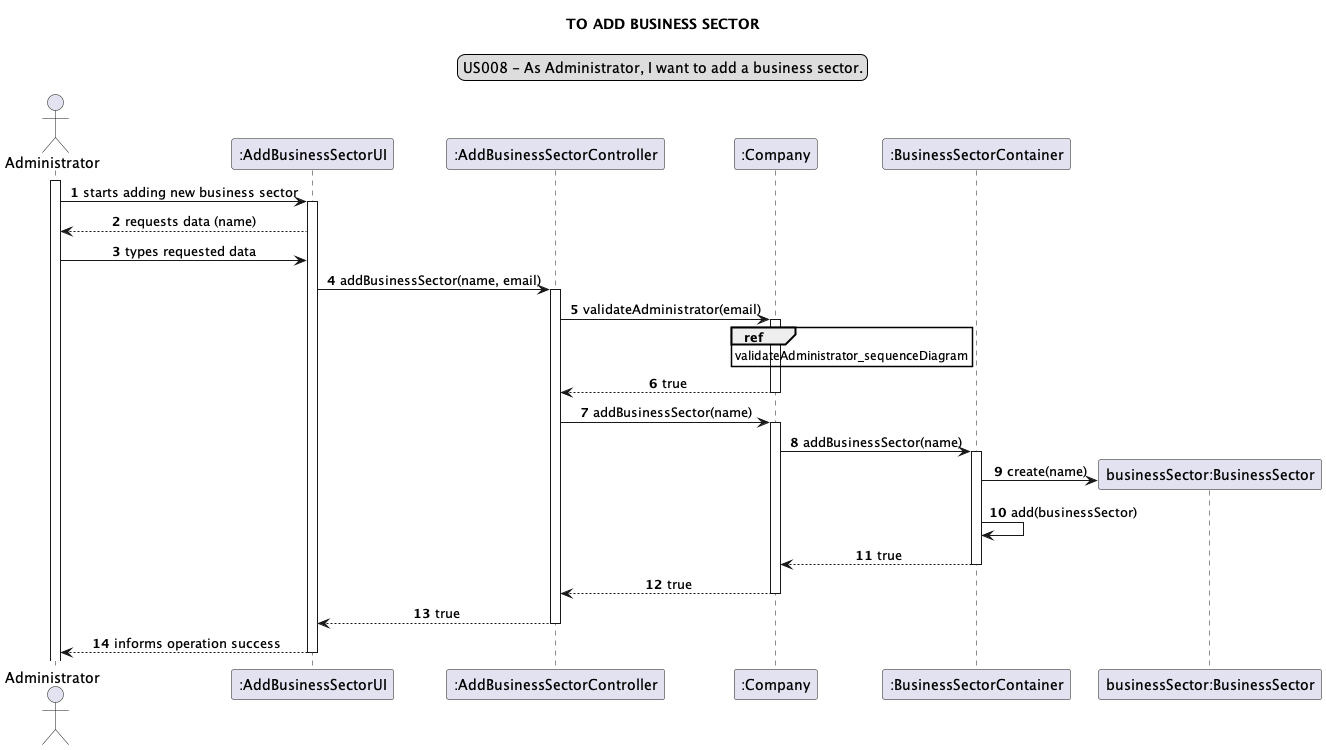
Loracline/project_switch_22-23 keeps this PlantUML diagram as docs/modelling_design/user_stories/sprint02/us008/US008_sequenceDiagram-TO_ADD_BUSINESS_SECTOR.png. Above is the earlier version. Source of this version:
```plantuml
@startuml

autonumber
skinparam sequenceMessageAlign center
title TO ADD BUSINESS SECTOR
legend top
US008 - As Administrator, I want to add a business sector.
end legend

actor Administrator as a
participant ":AddBusinessSectorUI" as absui
participant ":AddBusinessSectorController" as absc
participant ":Company" as c
participant ":BusinessSectorContainer" as bsc
participant "businessSector:BusinessSector" as bs

activate a
a -> absui: starts adding new business sector
activate absui
a <-- absui: requests data (name)
a -> absui: types requested data
absui -> absc: addBusinessSector(name, email)
activate absc
absc -> c: validateAdministrator(email)
activate c
ref over c: validateAdministrator_sequenceDiagram
c --> absc: true
deactivate c
absc -> c: addBusinessSector(name)
activate c
c -> bsc: addBusinessSector(name)
activate bsc
create bs
bsc -> bs: create(name)
bsc -> bsc: add(businessSector)
c <-- bsc: true
deactivate bsc
absc <-- c: true
deactivate c
absui <-- absc: true
deactivate absc
a <-- absui: informs operation success
deactivate absui

@enduml
```
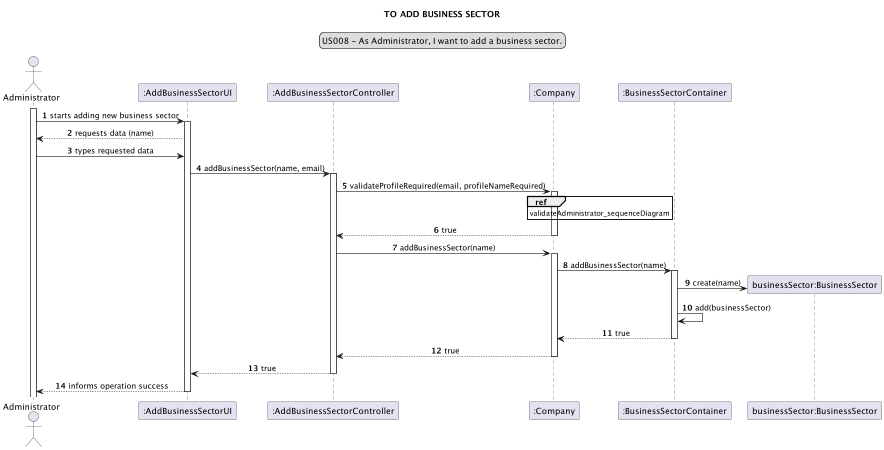
The same file after the commit.

What changed in the source:
```diff
@@ -8,38 +8,41 @@
 end legend
 
 actor Administrator as a
-participant ":AddBusinessSectorUI" as absui
-participant ":AddBusinessSectorController" as absc
+participant ":AddBusinessSectorUI" as ui
+participant ":AddBusinessSectorController" as ct
 participant ":Company" as c
-participant ":BusinessSectorContainer" as bsc
+participant ":BusinessSectorContainer" as cn
 participant "businessSector:BusinessSector" as bs
 
 activate a
-a -> absui: starts adding new business sector
-activate absui
-a <-- absui: requests data (name)
-a -> absui: types requested data
-absui -> absc: addBusinessSector(name, email)
-activate absc
-absc -> c: validateAdministrator(email)
+
+a -> ui: starts adding new business sector
+activate ui
+a <-- ui: requests data (name)
+a -> ui: types requested data
+ui -> ct: addBusinessSector(name, email)
+activate ct
+
+ct -> c: validateProfileRequired(email, profileNameRequired)
 activate c
 ref over c: validateAdministrator_sequenceDiagram
-c --> absc: true
+c --> ct: true
 deactivate c
-absc -> c: addBusinessSector(name)
+ct -> c: addBusinessSector(name)
 activate c
-c -> bsc: addBusinessSector(name)
-activate bsc
+
+c -> cn: addBusinessSector(name)
+activate cn
 create bs
-bsc -> bs: create(name)
-bsc -> bsc: add(businessSector)
-c <-- bsc: true
-deactivate bsc
-absc <-- c: true
+cn -> bs: create(name)
+cn -> cn: add(businessSector)
+c <-- cn: true
+deactivate cn
+ct <-- c: true
 deactivate c
-absui <-- absc: true
-deactivate absc
-a <-- absui: informs operation success
-deactivate absui
+ui <-- ct: true
+deactivate ct
+a <-- ui: informs operation success
+deactivate ui
 
 @enduml
```
